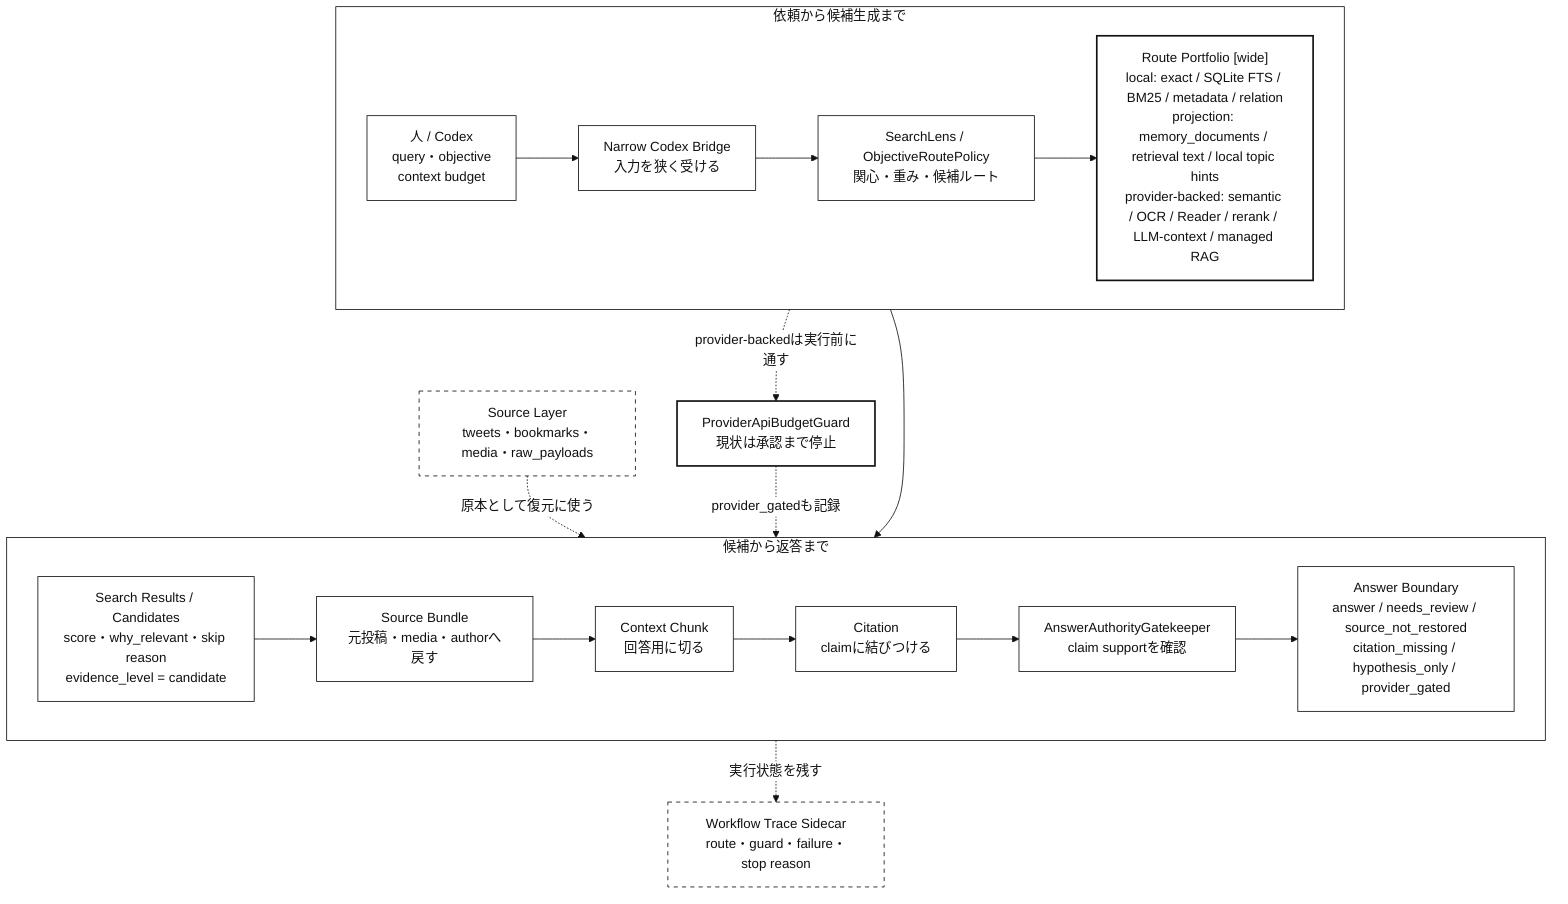
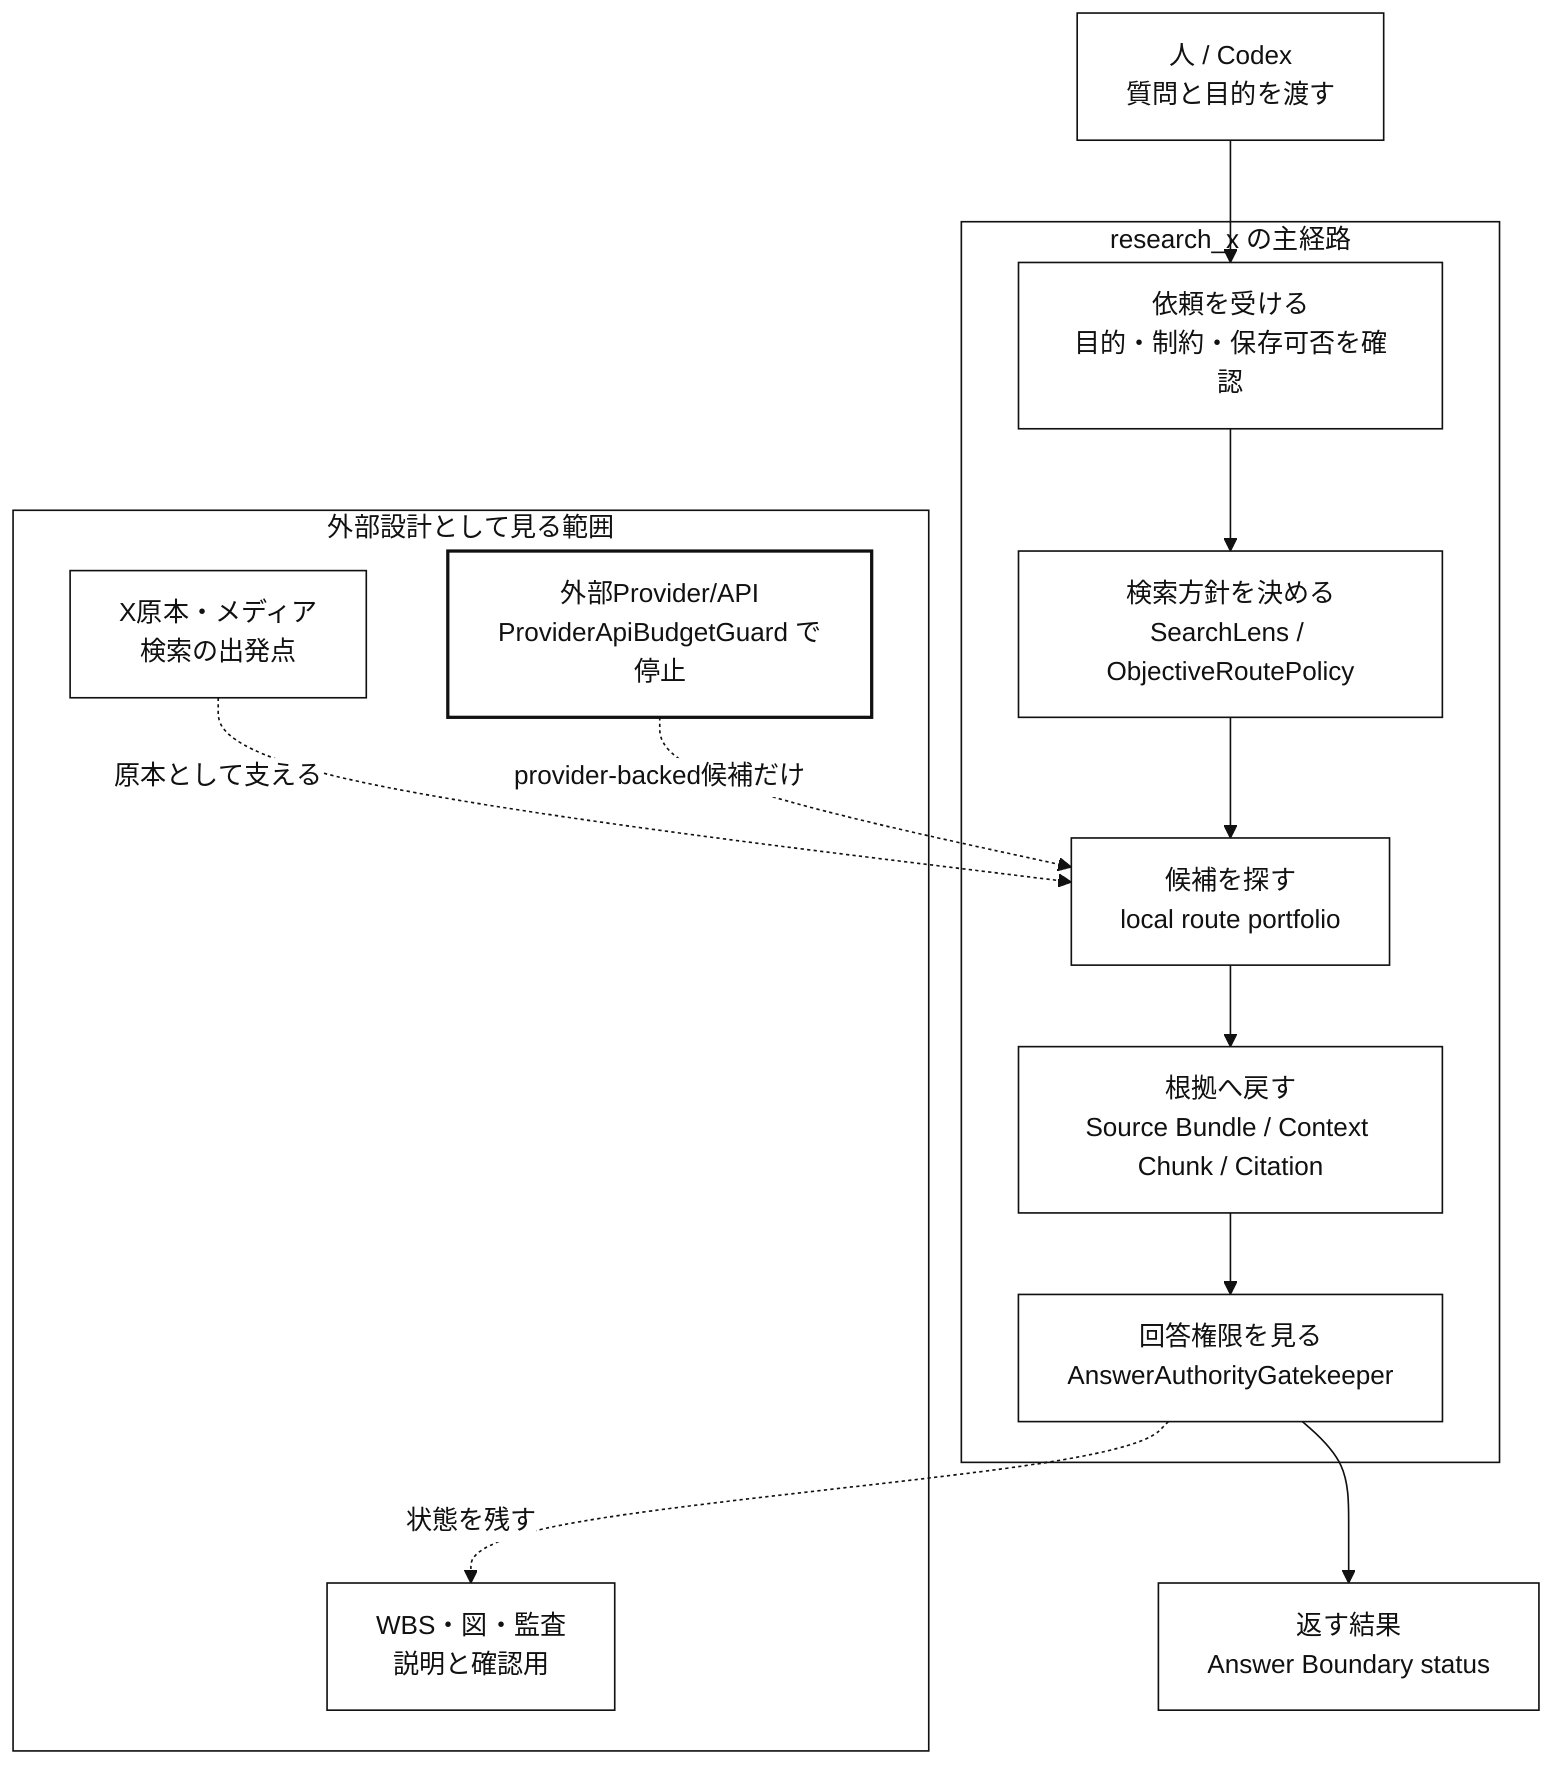
%%{init: {"theme":"base","themeVariables":{"background":"#ffffff","primaryColor":"#ffffff","primaryBorderColor":"#111111","primaryTextColor":"#111111","secondaryColor":"#ffffff","secondaryBorderColor":"#111111","secondaryTextColor":"#111111","tertiaryColor":"#ffffff","tertiaryBorderColor":"#111111","tertiaryTextColor":"#111111","lineColor":"#111111","textColor":"#111111","mainBkg":"#ffffff","secondBkg":"#ffffff","actorBkg":"#ffffff","actorBorder":"#111111","actorTextColor":"#111111","activationBkgColor":"#ffffff","activationBorderColor":"#111111","noteBkgColor":"#ffffff","noteBorderColor":"#111111","labelBoxBkgColor":"#ffffff","labelBoxBorderColor":"#111111","signalColor":"#111111","signalTextColor":"#111111","loopTextColor":"#111111"}}}%%
flowchart TB
-   %% 現状の全体アーキテクチャ図: 広い候補生成と狭い回答権限を分けて見る
+   %% 現状の全体アーキテクチャ図: 質問から返答までの主経路と、周辺の外部設計面を見る

  classDef main fill:#ffffff,stroke:#111111,color:#111111
+   classDef input fill:#ffffff,stroke:#111111,color:#111111
  classDef gate fill:#ffffff,stroke:#111111,color:#111111,stroke-width:2px
-   classDef side fill:#ffffff,stroke:#111111,color:#111111,stroke-dasharray: 5 5
+   classDef support fill:#ffffff,stroke:#111111,color:#111111

-   subgraph row1["依頼から候補生成まで"]
-     direction LR
-     request["人 / Codex<br/>query・objective<br/>context budget"]:::main
-     bridge["Narrow Codex Bridge<br/>入力を狭く受ける"]:::main
-     policy["SearchLens / ObjectiveRoutePolicy<br/>関心・重み・候補ルート"]:::main
-     routes["Route Portfolio [wide]<br/>local: exact / SQLite FTS / BM25 / metadata / relation<br/>projection: memory_documents / retrieval text / local topic hints<br/>provider-backed: semantic / OCR / Reader / rerank / LLM-context / managed RAG"]:::gate
-     request --> bridge --> policy --> routes
+   question["人 / Codex<br/>質問と目的を渡す"]:::input
+ 
+   subgraph core["research_x の主経路"]
+     receive["依頼を受ける<br/>目的・制約・保存可否を確認"]:::main
+     policy["検索方針を決める<br/>SearchLens / ObjectiveRoutePolicy"]:::main
+     search["候補を探す<br/>local route portfolio"]:::main
+     restore["根拠へ戻す<br/>Source Bundle / Context Chunk / Citation"]:::main
+     decide["回答権限を見る<br/>AnswerAuthorityGatekeeper"]:::main
  end

-   subgraph row2["候補から返答まで"]
-     direction LR
-     candidates["Search Results / Candidates<br/>score・why_relevant・skip reason<br/>evidence_level = candidate"]:::main
-     bundle["Source Bundle<br/>元投稿・media・authorへ戻す"]:::main
-     chunk["Context Chunk<br/>回答用に切る"]:::main
-     cite["Citation<br/>claimに結びつける"]:::main
-     authority["AnswerAuthorityGatekeeper<br/>claim supportを確認"]:::main
-     answer["Answer Boundary<br/>answer / needs_review / source_not_restored<br/>citation_missing / hypothesis_only / provider_gated"]:::main
-     candidates --> bundle --> chunk --> cite --> authority --> answer
+   result["返す結果<br/>Answer Boundary status"]:::input
+ 
+   subgraph outside["外部設計として見る範囲"]
+     raw["X原本・メディア<br/>検索の出発点"]:::support
+     provider["外部Provider/API<br/>ProviderApiBudgetGuard で停止"]:::gate
+     review["WBS・図・監査<br/>説明と確認用"]:::support
  end

-   trace["Workflow Trace Sidecar<br/>route・guard・failure・stop reason"]:::side
-   source["Source Layer<br/>tweets・bookmarks・media・raw_payloads"]:::side
-   guard["ProviderApiBudgetGuard<br/>現状は承認まで停止"]:::gate
- 
-   routes --> candidates
-   source -. "原本として復元に使う" .-> bundle
-   routes -. "provider-backedは実行前に通す" .-> guard
-   guard -. "provider_gatedも記録" .-> candidates
-   answer -. "実行状態を残す" .-> trace
+   question --> receive --> policy --> search --> restore --> decide --> result
+   raw -. "原本として支える" .-> search
+   provider -. "provider-backed候補だけ" .-> search
+   decide -. "状態を残す" .-> review
